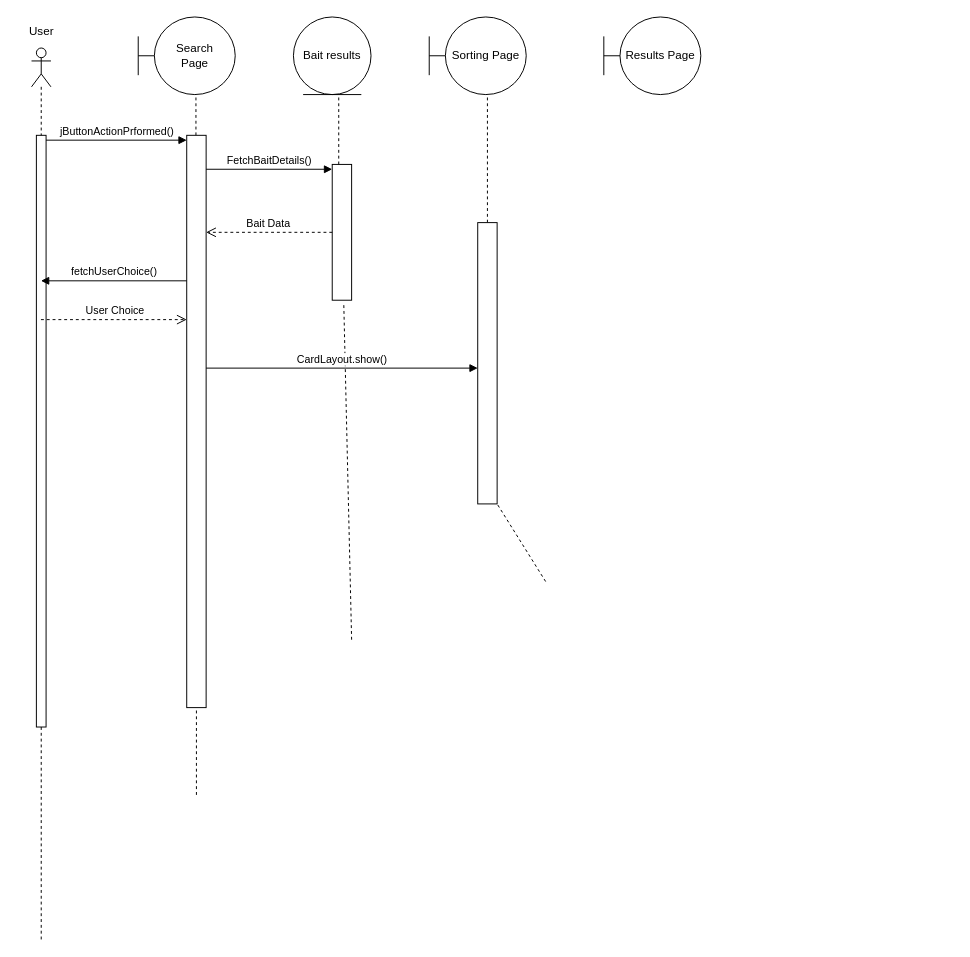
Before: Delivarable3/SequenceDiagram/SearchBait.drawio in TMCEID/SoftEngFishApp, a draw.io diagram. Source tidied: cells renumbered, new cells numbered last; positions are measured from the earlier drawing's top-left corner, leaving out a move shared by most shapes. Both pictures are drawn from the tidied source at 97%, with x=0, y=0 at pixel (16, 16).
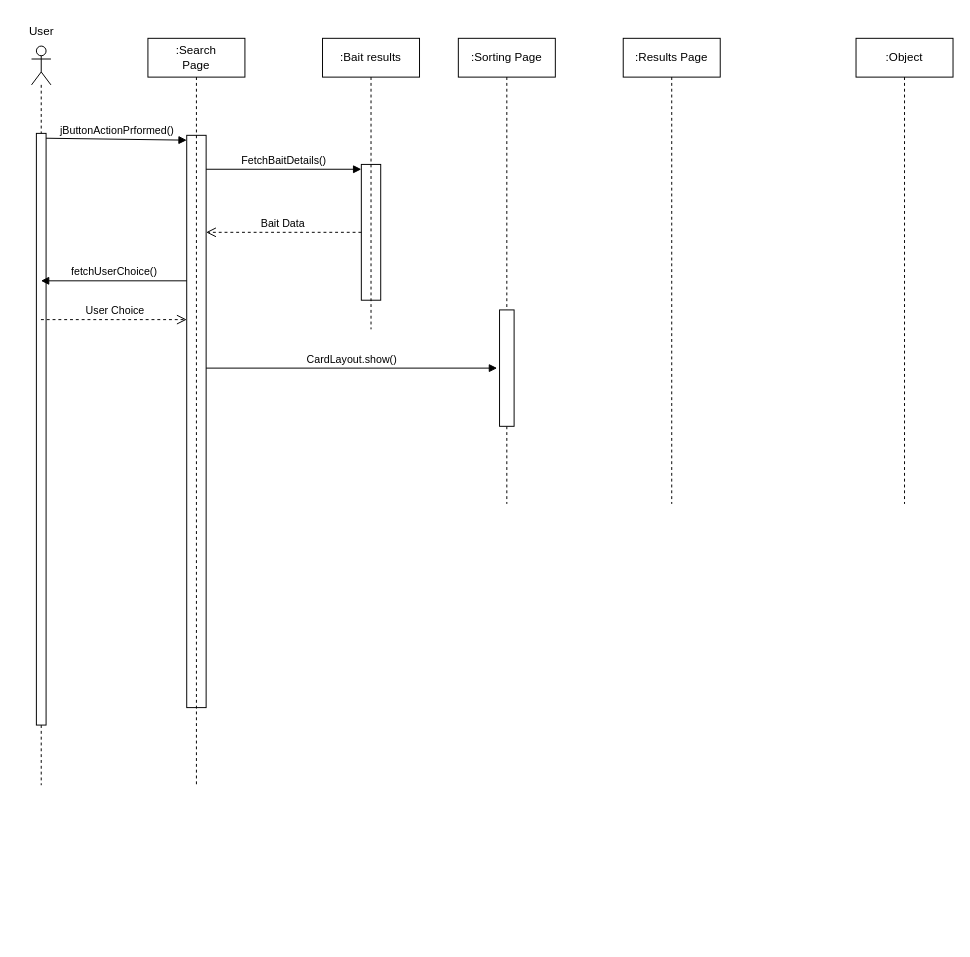
Above is the later version.

Commit message:
Theo: Finish this

The change refers to these unchanged cells:
```xml
<mxCell id="12" style="html=1;points=[[0,0,0,0,5],[0,1,0,0,-5],[1,0,0,0,5],[1,1,0,0,-5]];perimeter=orthogonalPerimeter;outlineConnect=0;targetShapes=umlLifeline;portConstraint=eastwest;newEdgeStyle={&quot;curved&quot;:0,&quot;rounded&quot;:0};" parent="1" vertex="1">
  <mxGeometry x="175" y="122" width="20" height="590" as="geometry" />
</mxCell>
```

Diff of the diagram source:
```diff
@@
     <mxCell id="2" style="shape=umlLifeline;perimeter=lifelinePerimeter;whiteSpace=wrap;html=1;newEdgeStyle={&quot;curved&quot;:0,&quot;rounded&quot;:0};participant=umlActor;" parent="1" vertex="1">
-      <mxGeometry x="15" y="32" width="20" height="920" as="geometry" />
+      <mxGeometry x="15" y="30" width="20" height="762" as="geometry" />
     </mxCell>
@@
-    <mxCell id="5" value="&lt;div&gt;Search&lt;/div&gt;&lt;div&gt;Page&lt;/div&gt;" style="shape=umlBoundary;whiteSpace=wrap;html=1;" parent="1" vertex="1">
-      <mxGeometry x="125" width="100" height="80" as="geometry" />
-    </mxCell>
-    <mxCell id="6" value="Bait results" style="ellipse;shape=umlEntity;whiteSpace=wrap;html=1;" parent="1" vertex="1">
-      <mxGeometry x="285" width="80" height="80" as="geometry" />
-    </mxCell>
-    <mxCell id="7" value="Results Page" style="shape=umlBoundary;whiteSpace=wrap;html=1;" parent="1" vertex="1">
-      <mxGeometry x="605" width="100" height="80" as="geometry" />
-    </mxCell>
-    <mxCell id="8" value="Sorting Page" style="shape=umlBoundary;whiteSpace=wrap;html=1;" parent="1" vertex="1">
-      <mxGeometry x="425" width="100" height="80" as="geometry" />
-    </mxCell>
-    <mxCell id="9" style="html=1;verticalAlign=bottom;endArrow=none;dashed=1;labelBackgroundColor=none;fontFamily=Verdana;fontSize=12;elbow=vertical;startFill=0;entryX=0.595;entryY=1.022;entryDx=0;entryDy=0;entryPerimeter=0;" parent="1" edge="1" source="12" target="5">
-      <mxGeometry relative="1" as="geometry" />
-    </mxCell>
@@
-    <mxCell id="11" style="html=1;verticalAlign=bottom;endArrow=none;dashed=1;labelBackgroundColor=none;fontFamily=Verdana;fontSize=12;elbow=vertical;startFill=0;" parent="1" edge="1" target="12">
-      <mxGeometry relative="1" as="geometry">
-        <mxPoint x="185" y="802" as="sourcePoint" />
-      </mxGeometry>
-    </mxCell>
@@
-    <mxCell id="13" style="html=1;verticalAlign=bottom;endArrow=none;dashed=1;labelBackgroundColor=none;fontFamily=Verdana;fontSize=12;elbow=vertical;startFill=0;entryX=0.595;entryY=1.022;entryDx=0;entryDy=0;entryPerimeter=0;" parent="1" edge="1" target="14">
-      <mxGeometry relative="1" as="geometry">
-        <mxPoint x="345" y="642" as="sourcePoint" />
-      </mxGeometry>
-    </mxCell>
     <mxCell id="14" style="html=1;points=[[0,0,0,0,5],[0,1,0,0,-5],[1,0,0,0,5],[1,1,0,0,-5]];perimeter=orthogonalPerimeter;outlineConnect=0;targetShapes=umlLifeline;portConstraint=eastwest;newEdgeStyle={&quot;curved&quot;:0,&quot;rounded&quot;:0};" parent="1" vertex="1">
-      <mxGeometry x="325" y="152" width="20" height="140" as="geometry" />
+      <mxGeometry x="355" y="152" width="20" height="140" as="geometry" />
     </mxCell>
-    <mxCell id="15" style="html=1;verticalAlign=bottom;endArrow=none;dashed=1;labelBackgroundColor=none;fontFamily=Verdana;fontSize=12;elbow=vertical;startFill=0;entryX=0.584;entryY=1.003;entryDx=0;entryDy=0;entryPerimeter=0;" parent="1" edge="1" source="14" target="6">
-      <mxGeometry relative="1" as="geometry" />
-    </mxCell>
@@
-    <mxCell id="20" style="html=1;verticalAlign=bottom;endArrow=none;dashed=1;labelBackgroundColor=none;fontFamily=Verdana;fontSize=12;elbow=vertical;startFill=0;" parent="1" edge="1" source="21">
-      <mxGeometry relative="1" as="geometry">
-        <mxPoint x="485" y="82" as="targetPoint" />
-      </mxGeometry>
-    </mxCell>
-    <mxCell id="21" style="html=1;points=[[0,0,0,0,5],[0,1,0,0,-5],[1,0,0,0,5],[1,1,0,0,-5]];perimeter=orthogonalPerimeter;outlineConnect=0;targetShapes=umlLifeline;portConstraint=eastwest;newEdgeStyle={&quot;curved&quot;:0,&quot;rounded&quot;:0};" parent="1" vertex="1">
-      <mxGeometry x="475" y="212" width="20" height="290" as="geometry" />
-    </mxCell>
-    <mxCell id="22" style="html=1;verticalAlign=bottom;endArrow=none;dashed=1;labelBackgroundColor=none;fontFamily=Verdana;fontSize=12;elbow=vertical;startFill=0;" parent="1" edge="1" target="21">
-      <mxGeometry relative="1" as="geometry">
-        <mxPoint x="545" y="582" as="sourcePoint" />
-      </mxGeometry>
-    </mxCell>
     <mxCell id="23" value="CardLayout.show()" style="html=1;verticalAlign=bottom;endArrow=block;curved=0;rounded=0;" parent="1" edge="1">
       <mxGeometry relative="1" as="geometry">
         <mxPoint x="195" y="362" as="sourcePoint" />
-        <mxPoint x="475" y="362" as="targetPoint" />
+        <mxPoint x="495" y="362" as="targetPoint" />
       </mxGeometry>
     </mxCell>
+    <mxCell id="24" value=":Object" style="shape=umlLifeline;perimeter=lifelinePerimeter;whiteSpace=wrap;html=1;newEdgeStyle={&quot;curved&quot;:0,&quot;rounded&quot;:0};" parent="1" vertex="1">
+      <mxGeometry x="865" y="22" width="100" height="480" as="geometry" />
+    </mxCell>
+    <mxCell id="25" value=":Results Page" style="shape=umlLifeline;perimeter=lifelinePerimeter;whiteSpace=wrap;html=1;newEdgeStyle={&quot;curved&quot;:0,&quot;rounded&quot;:0};" parent="1" vertex="1">
+      <mxGeometry x="625" y="22" width="100" height="480" as="geometry" />
+    </mxCell>
+    <mxCell id="26" value=":Sorting Page" style="shape=umlLifeline;perimeter=lifelinePerimeter;whiteSpace=wrap;html=1;newEdgeStyle={&quot;curved&quot;:0,&quot;rounded&quot;:0};" parent="1" vertex="1">
+      <mxGeometry x="455" y="22" width="100" height="480" as="geometry" />
+    </mxCell>
+    <mxCell id="27" style="html=1;perimeter=orthogonalPerimeter;targetShapes=umlLifeline;newEdgeStyle={&quot;curved&quot;:0,&quot;rounded&quot;:0};" parent="26" vertex="1">
+      <mxGeometry x="42.5" y="280" width="15" height="120" as="geometry" />
+    </mxCell>
+    <mxCell id="28" value=":Bait results" style="shape=umlLifeline;perimeter=lifelinePerimeter;whiteSpace=wrap;html=1;newEdgeStyle={&quot;curved&quot;:0,&quot;rounded&quot;:0};" parent="1" vertex="1">
+      <mxGeometry x="315" y="22" width="100" height="300" as="geometry" />
+    </mxCell>
+    <mxCell id="29" value="&lt;div&gt;:Search&lt;/div&gt;&lt;div&gt;Page&lt;/div&gt;" style="shape=umlLifeline;perimeter=lifelinePerimeter;whiteSpace=wrap;html=1;newEdgeStyle={&quot;curved&quot;:0,&quot;rounded&quot;:0};" parent="1" vertex="1">
+      <mxGeometry x="135" y="22" width="100" height="770" as="geometry" />
+    </mxCell>
```
